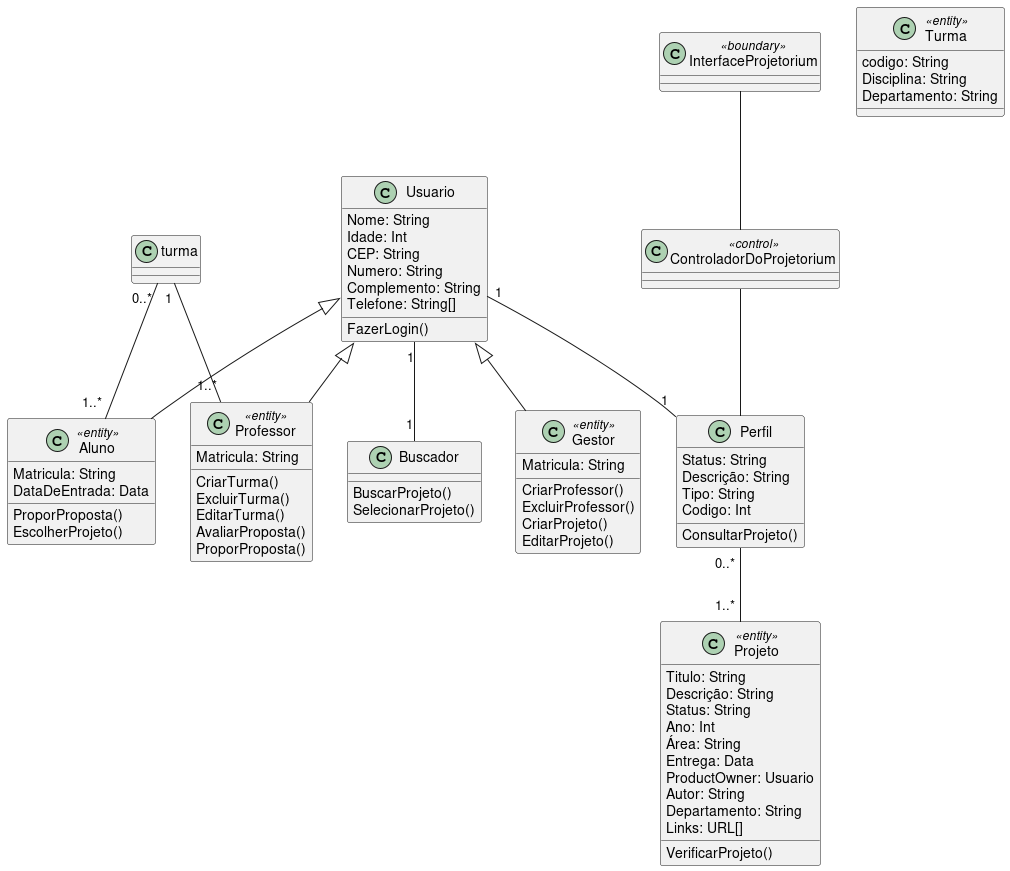
Above: diagramas/classe_projeto.png in Pedro-V/projetorium (PlantUML), before the change.
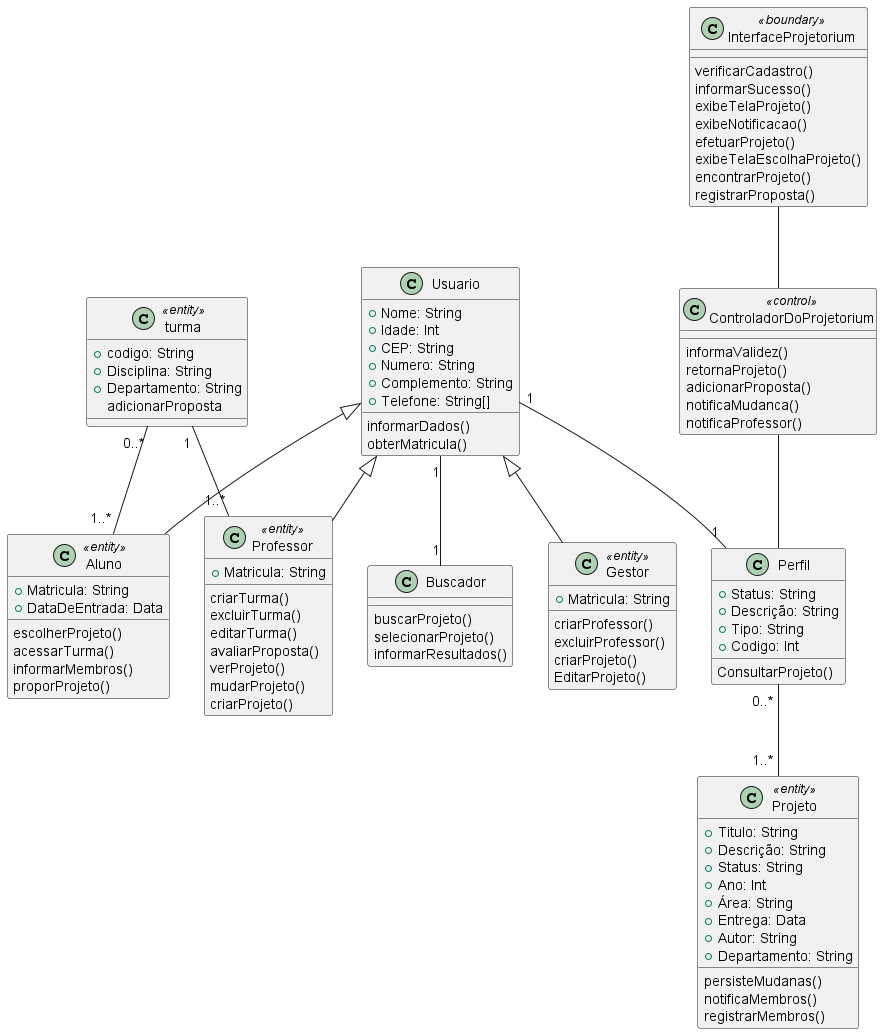
After the change.

Change to the diagram source:
```diff
@@ -1,15 +1,107 @@
-@startuml
+@startuml ClasseDeProjeto
 
-!include classes_comum.iuml
+    class Usuario{
+        +Nome: String
+        +Idade: Int
+        +CEP: String
+        +Numero: String
+        +Complemento: String
+        +Telefone: String[]
+        informarDados()
+        obterMatricula()
+    }
 
- class InterfaceProjetorium <<boundary>>
- class ControladorDoProjetorium <<control>>
+    class Professor <<entity>>{
+        +Matricula: String
+        criarTurma()
+        excluirTurma()
+        editarTurma()
+        avaliarProposta()
+        verProjeto()
+        mudarProjeto()
+        criarProjeto()
+    }
 
- Usuario "1" -- "1" Buscador
- Usuario "1" -- "1" Perfil
- Perfil "0..* " -- "1..* " Projeto
- ControladorDoProjetorium -- Perfil
- InterfaceProjetorium -- ControladorDoProjetorium
- turma "0..*" -- "1..* " Aluno
- turma "1 "-- "1..*" Professor
+    class Aluno <<entity>>{
+        +Matricula: String
+        +DataDeEntrada: Data
+        escolherProjeto()
+        acessarTurma()
+        informarMembros()
+        proporProjeto()
+    }
+
+    class Gestor <<entity>>{
+        +Matricula: String
+        criarProfessor()
+        excluirProfessor()
+        criarProjeto()
+        EditarProjeto()
+    }
+
+    class Projeto <<entity>>{
+        +Titulo: String
+        +Descrição: String
+        +Status: String
+        +Ano: Int
+        +Área: String
+        +Entrega: Data
+        +Autor: String
+        +Departamento: String
+        persisteMudanas()
+        notificaMembros()
+        registrarMembros()
+    }
+
+    class Perfil{
+        +Status: String
+        +Descrição: String
+        +Tipo: String
+        +Codigo: Int
+        ConsultarProjeto()
+    }
+
+    class turma <<entity>>{
+        +codigo: String
+        +Disciplina: String
+        +Departamento: String
+        adicionarProposta
+    }
+
+    class Buscador {
+    buscarProjeto()
+    selecionarProjeto()
+    informarResultados()
+}
+
+    class InterfaceProjetorium <<boundary>>{
+        verificarCadastro()
+        informarSucesso()
+        exibeTelaProjeto()
+        exibeNotificacao()
+        efetuarProjeto()
+        exibeTelaEscolhaProjeto()
+        encontrarProjeto()
+        registrarProposta()
+    }
+    class ControladorDoProjetorium <<control>>{
+        informaValidez()
+        retornaProjeto()
+        adicionarProposta()
+        notificaMudanca()
+        notificaProfessor()
+
+    }
+
+    Usuario <|-- Professor
+    Usuario <|-- Aluno
+    Usuario <|-- Gestor
+    Usuario "1" -- "1" Buscador
+    Usuario "1" -- "1" Perfil
+    Perfil "0..* " -- "1..* " Projeto
+    ControladorDoProjetorium -- Perfil
+    InterfaceProjetorium -- ControladorDoProjetorium
+    turma "0..*" -- "1..* " Aluno
+    turma "1 "-- "1..*" Professor
+
 @enduml
```
